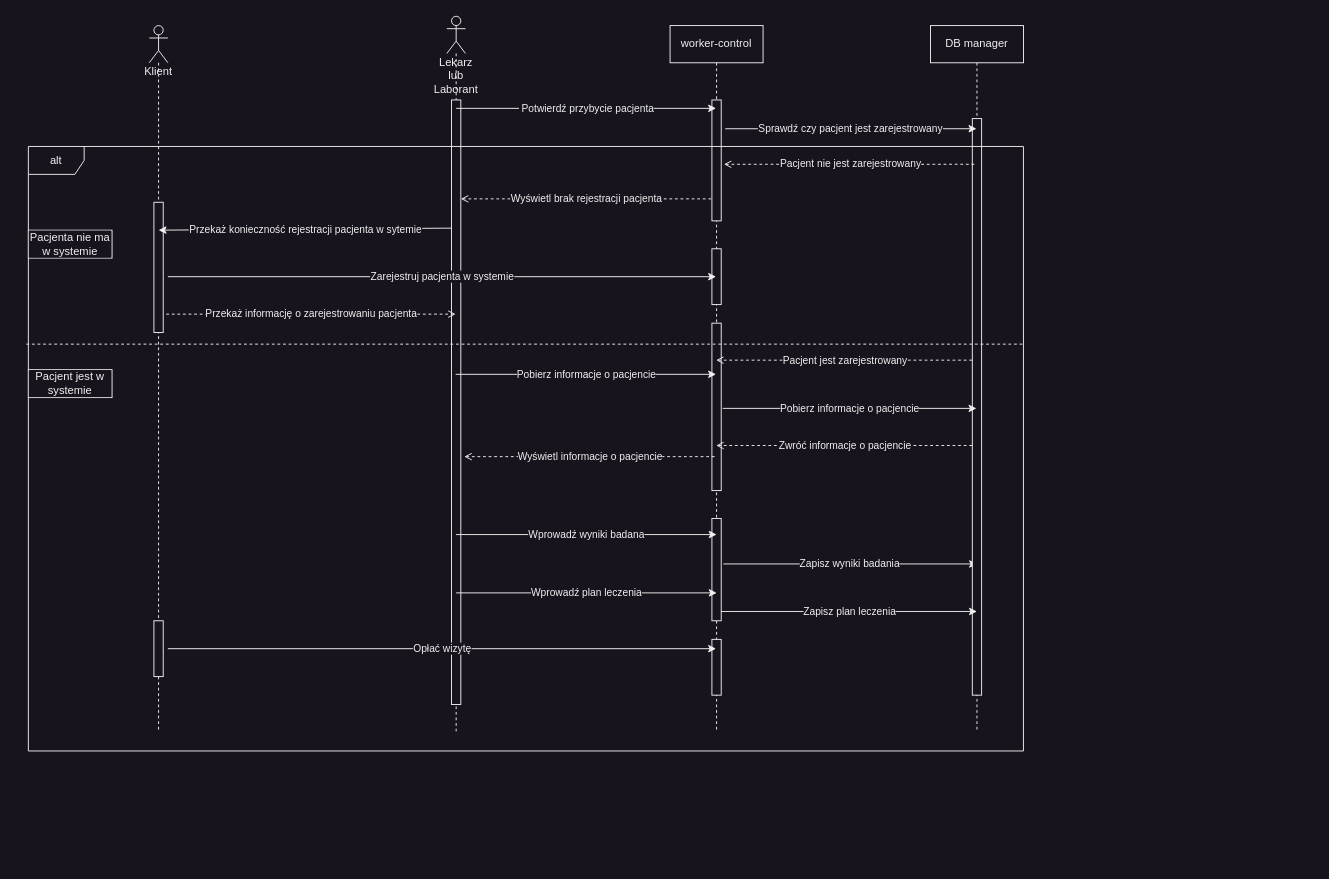
The draw.io diagram examine_sequence.drawio in MarekMichali/vet-clinic, before the edit. Source tidied: cells renumbered, new cells numbered last; positions are measured from the earlier drawing's top-left corner, leaving out a move shared by most shapes. Both pictures are drawn from the tidied source at 93%, with x=0, y=0 at pixel (28, 16).
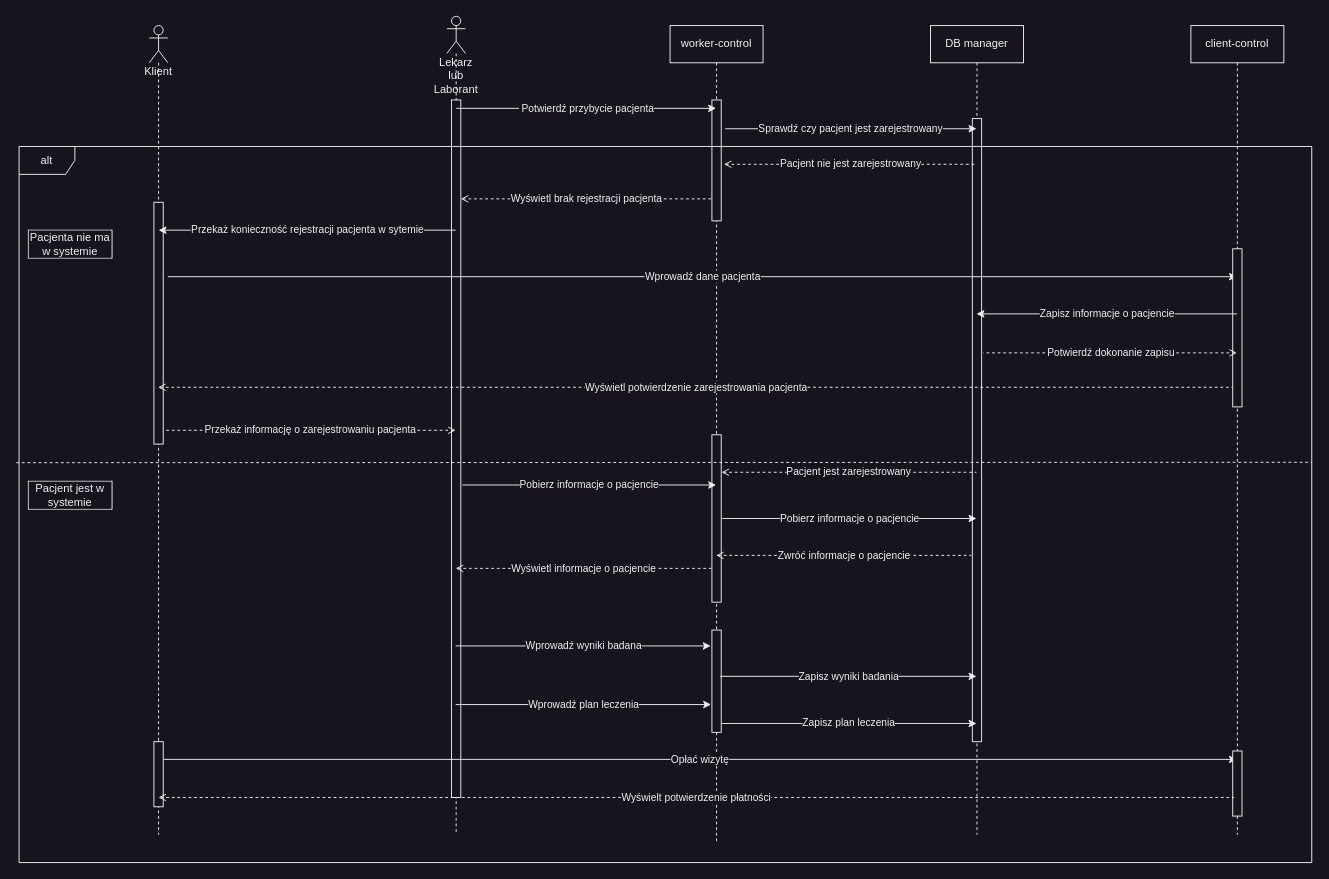
The same diagram, later.

Commit message:
Fix examine_seq

What changed in the source:
```diff
@@
     <mxCell id="2" value="Lekarz lub Laborant" style="shape=umlLifeline;participant=umlActor;perimeter=lifelinePerimeter;whiteSpace=wrap;html=1;verticalAlign=top;spacingTop=36;outlineConnect=0;fillColor=#18141D;strokeColor=#F0F0F0;fontColor=#F0F0F0;labelBackgroundColor=none;size=40;" parent="1" vertex="1">
-      <mxGeometry x="450" width="20" height="770" as="geometry" />
+      <mxGeometry x="450" width="20" height="880" as="geometry" />
     </mxCell>
@@
     <mxCell id="4" style="html=1;points=[];perimeter=orthogonalPerimeter;fillColor=#18141D;strokeColor=#F0F0F0;fontColor=#F0F0F0;labelBackgroundColor=#18141D;" parent="2" vertex="1">
-      <mxGeometry x="5" y="90" width="10" height="650" as="geometry" />
+      <mxGeometry x="5" y="90" width="10" height="750" as="geometry" />
     </mxCell>
     <mxCell id="5" value="worker-control" style="shape=umlLifeline;perimeter=lifelinePerimeter;whiteSpace=wrap;html=1;outlineConnect=0;fillColor=#18141D;strokeColor=#F0F0F0;fontColor=#F0F0F0;labelBackgroundColor=#18141D;" parent="1" vertex="1">
-      <mxGeometry x="690" y="10" width="100" height="760" as="geometry" />
+      <mxGeometry x="690" y="10" width="100" height="880" as="geometry" />
     </mxCell>
@@
-    <mxCell id="7" style="edgeStyle=none;html=1;startArrow=open;startFill=0;endArrow=open;endFill=0;fillColor=#18141D;strokeColor=#F0F0F0;fontColor=#F0F0F0;labelBackgroundColor=#18141D;" parent="5" edge="1" source="8" target="5">
-      <mxGeometry relative="1" as="geometry" />
+    <mxCell id="7" style="edgeStyle=none;html=1;startArrow=open;startFill=0;endArrow=open;endFill=0;fillColor=#18141D;strokeColor=#F0F0F0;fontColor=#F0F0F0;labelBackgroundColor=#18141D;" parent="5" edge="1" target="5">
+      <mxGeometry relative="1" as="geometry">
+        <mxPoint x="49.1" y="270" as="sourcePoint" />
+      </mxGeometry>
     </mxCell>
-    <mxCell id="8" style="html=1;points=[];perimeter=orthogonalPerimeter;fillColor=#18141D;strokeColor=#F0F0F0;fontColor=#F0F0F0;labelBackgroundColor=#18141D;" parent="5" vertex="1">
-      <mxGeometry x="45" y="240" width="10" height="60" as="geometry" />
-    </mxCell>
     <mxCell id="9" style="html=1;points=[];perimeter=orthogonalPerimeter;fillColor=#18141D;strokeColor=#F0F0F0;fontColor=#F0F0F0;labelBackgroundColor=#18141D;" parent="5" vertex="1">
-      <mxGeometry x="45" y="320" width="10" height="180" as="geometry" />
+      <mxGeometry x="45" y="440" width="10" height="180" as="geometry" />
     </mxCell>
     <mxCell id="10" style="html=1;points=[];perimeter=orthogonalPerimeter;fillColor=#18141D;strokeColor=#F0F0F0;fontColor=#F0F0F0;labelBackgroundColor=#18141D;" parent="5" vertex="1">
-      <mxGeometry x="45" y="530" width="10" height="110" as="geometry" />
+      <mxGeometry x="45" y="650" width="10" height="110" as="geometry" />
     </mxCell>
-    <mxCell id="11" value="Wprowadź wyniki badana" style="endArrow=classic;html=1;fillColor=#18141D;strokeColor=#F0F0F0;fontColor=#F0F0F0;labelBackgroundColor=#18141D;" parent="5" edge="1">
-      <mxGeometry relative="1" as="geometry">
-        <mxPoint x="-230.1" y="547.3" as="sourcePoint" />
-        <mxPoint x="50.1" y="547.3" as="targetPoint" />
-      </mxGeometry>
-    </mxCell>
-    <mxCell id="12" value="Zapisz wyniki badania" style="endArrow=classic;html=1;exitX=1.167;exitY=0.509;exitDx=0;exitDy=0;exitPerimeter=0;fillColor=#18141D;strokeColor=#F0F0F0;fontColor=#F0F0F0;labelBackgroundColor=#18141D;" parent="5" edge="1">
-      <mxGeometry relative="1" as="geometry">
-        <mxPoint x="57.3" y="578.9" as="sourcePoint" />
-        <mxPoint x="330.1" y="578.9" as="targetPoint" />
-      </mxGeometry>
-    </mxCell>
-    <mxCell id="13" style="html=1;perimeter=orthogonalPerimeter;fillColor=#18141D;strokeColor=#F0F0F0;fontColor=#F0F0F0;labelBackgroundColor=#18141D;" parent="5" vertex="1">
-      <mxGeometry x="45" y="660" width="10" height="60" as="geometry" />
-    </mxCell>
     <mxCell id="14" value="DB manager" style="shape=umlLifeline;perimeter=lifelinePerimeter;whiteSpace=wrap;html=1;outlineConnect=0;fillColor=#18141D;strokeColor=#F0F0F0;fontColor=#F0F0F0;labelBackgroundColor=#18141D;" parent="1" vertex="1">
-      <mxGeometry x="970" y="10" width="100" height="760" as="geometry" />
+      <mxGeometry x="970" y="10" width="100" height="870" as="geometry" />
     </mxCell>
@@
     <mxCell id="16" style="html=1;points=[];perimeter=orthogonalPerimeter;fillColor=#18141D;strokeColor=#F0F0F0;fontColor=#F0F0F0;labelBackgroundColor=#18141D;" parent="14" vertex="1">
-      <mxGeometry x="45" y="100" width="10" height="620" as="geometry" />
+      <mxGeometry x="45" y="100" width="10" height="670" as="geometry" />
     </mxCell>
-    <mxCell id="17" value="Zapisz plan leczenia" style="endArrow=classic;html=1;fillColor=#18141D;strokeColor=#F0F0F0;fontColor=#F0F0F0;labelBackgroundColor=#18141D;" parent="14" edge="1">
-      <mxGeometry relative="1" as="geometry">
-        <mxPoint x="-225.2" y="630" as="sourcePoint" />
-        <mxPoint x="50" y="630" as="targetPoint" />
-      </mxGeometry>
-    </mxCell>
@@
     <mxCell id="21" value="alt" style="shape=umlFrame;whiteSpace=wrap;html=1;fillColor=#18141D;strokeColor=#F0F0F0;fontColor=#F0F0F0;labelBackgroundColor=#18141D;" parent="1" vertex="1">
-      <mxGeometry y="140" width="1070" height="650" as="geometry" />
+      <mxGeometry x="-10" y="140" width="1390" height="770" as="geometry" />
     </mxCell>
@@
     <mxCell id="23" value="Pacjent jest w systemie" style="text;html=1;strokeColor=#F0F0F0;fillColor=#18141D;align=center;verticalAlign=middle;whiteSpace=wrap;rounded=0;fontColor=#F0F0F0;labelBackgroundColor=#18141D;" parent="1" vertex="1">
-      <mxGeometry y="380" width="90" height="30" as="geometry" />
+      <mxGeometry y="500" width="90" height="30" as="geometry" />
     </mxCell>
-    <mxCell id="24" style="endArrow=none;dashed=1;html=1;exitX=-0.002;exitY=0.327;exitDx=0;exitDy=0;exitPerimeter=0;entryX=1.001;entryY=0.327;entryDx=0;entryDy=0;entryPerimeter=0;fillColor=#18141D;strokeColor=#F0F0F0;fontColor=#F0F0F0;labelBackgroundColor=#18141D;" parent="1" edge="1" source="21" target="21">
-      <mxGeometry relative="1" as="geometry" />
+    <mxCell id="24" style="endArrow=none;dashed=1;html=1;fillColor=#18141D;strokeColor=#F0F0F0;fontColor=#F0F0F0;labelBackgroundColor=#18141D;entryX=1;entryY=0.441;entryDx=0;entryDy=0;entryPerimeter=0;" parent="1" edge="1" target="21">
+      <mxGeometry relative="1" as="geometry">
+        <mxPoint x="-13" y="480" as="sourcePoint" />
+      </mxGeometry>
     </mxCell>
@@
     <mxCell id="26" value="Klient" style="shape=umlLifeline;participant=umlActor;perimeter=lifelinePerimeter;whiteSpace=wrap;html=1;verticalAlign=top;spacingTop=36;outlineConnect=0;fillColor=#18141D;strokeColor=#F0F0F0;fontColor=#F0F0F0;labelBackgroundColor=none;" parent="1" vertex="1">
-      <mxGeometry x="130" y="10" width="20" height="760" as="geometry" />
+      <mxGeometry x="130" y="10" width="20" height="870" as="geometry" />
     </mxCell>
     <mxCell id="27" style="html=1;points=[];perimeter=orthogonalPerimeter;fillColor=#18141D;strokeColor=#F0F0F0;fontColor=#F0F0F0;labelBackgroundColor=#18141D;" parent="26" vertex="1">
-      <mxGeometry x="5" y="640" width="10" height="60" as="geometry" />
+      <mxGeometry x="5" y="770" width="10" height="70" as="geometry" />
     </mxCell>
     <mxCell id="28" style="html=1;points=[];perimeter=orthogonalPerimeter;fillColor=#18141D;strokeColor=#F0F0F0;fontColor=#F0F0F0;labelBackgroundColor=#18141D;" parent="26" vertex="1">
-      <mxGeometry x="5" y="190" width="10" height="140" as="geometry" />
+      <mxGeometry x="5" y="190" width="10" height="260" as="geometry" />
     </mxCell>
-    <mxCell id="29" value="Przekaż konieczność rejestracji pacjenta w sytemie" style="endArrow=classic;html=1;exitX=-0.033;exitY=0.212;exitDx=0;exitDy=0;exitPerimeter=0;fillColor=#18141D;strokeColor=#F0F0F0;fontColor=#F0F0F0;labelBackgroundColor=#18141D;" parent="1" edge="1" source="4">
+    <mxCell id="29" value="Przekaż konieczność rejestracji pacjenta w sytemie" style="endArrow=classic;html=1;fillColor=#18141D;strokeColor=#F0F0F0;fontColor=#F0F0F0;labelBackgroundColor=#18141D;" parent="1" edge="1" source="2">
       <mxGeometry relative="1" as="geometry">
         <mxPoint x="140" y="230" as="targetPoint" />
       </mxGeometry>
     </mxCell>
-    <mxCell id="30" value="Zarejestruj pacjenta w systemie" style="endArrow=classic;html=1;fillColor=#18141D;strokeColor=#F0F0F0;fontColor=#F0F0F0;labelBackgroundColor=#18141D;" parent="1" edge="1" target="5">
+    <mxCell id="30" value="Wprowadź dane pacjenta" style="endArrow=classic;html=1;fillColor=#18141D;strokeColor=#F0F0F0;fontColor=#F0F0F0;labelBackgroundColor=#18141D;" parent="1" edge="1" target="39">
       <mxGeometry relative="1" as="geometry">
         <mxPoint x="150" y="280" as="sourcePoint" />
       </mxGeometry>
     </mxCell>
-    <mxCell id="31" value="Przekaż informację o zarejestrowaniu pacjenta" style="endArrow=none;dashed=1;html=1;startArrow=open;startFill=0;entryX=1.253;entryY=0.349;entryDx=0;entryDy=0;entryPerimeter=0;fillColor=#18141D;strokeColor=#F0F0F0;fontColor=#F0F0F0;labelBackgroundColor=#18141D;" parent="1" edge="1" source="2">
-      <mxGeometry relative="1" as="geometry">
-        <mxPoint x="147.5" y="320.3" as="targetPoint" />
-      </mxGeometry>
+    <mxCell id="31" value="Przekaż informację o zarejestrowaniu pacjenta" style="endArrow=none;dashed=1;html=1;startArrow=open;startFill=0;fillColor=#18141D;strokeColor=#F0F0F0;fontColor=#F0F0F0;labelBackgroundColor=#18141D;entryX=1;entryY=0.943;entryDx=0;entryDy=0;entryPerimeter=0;" parent="1" edge="1" source="2" target="28">
+      <mxGeometry relative="1" as="geometry" />
     </mxCell>
-    <mxCell id="32" value="Pacjent jest zarejestrowany" style="endArrow=none;dashed=1;html=1;startArrow=open;startFill=0;entryX=-0.013;entryY=0.419;entryDx=0;entryDy=0;entryPerimeter=0;fillColor=#18141D;strokeColor=#F0F0F0;fontColor=#F0F0F0;labelBackgroundColor=#18141D;" parent="1" edge="1" source="5" target="16">
+    <mxCell id="32" value="Pacjent jest zarejestrowany" style="endArrow=none;dashed=1;html=1;startArrow=open;startFill=0;fillColor=#18141D;strokeColor=#F0F0F0;fontColor=#F0F0F0;labelBackgroundColor=#18141D;exitX=1.033;exitY=0.224;exitDx=0;exitDy=0;exitPerimeter=0;" parent="1" edge="1" source="9" target="14">
       <mxGeometry relative="1" as="geometry" />
     </mxCell>
-    <mxCell id="33" value="Pobierz informacje o pacjencie" style="endArrow=classic;html=1;fillColor=#18141D;strokeColor=#F0F0F0;fontColor=#F0F0F0;labelBackgroundColor=#18141D;" parent="1" edge="1" source="2" target="5">
+    <mxCell id="33" value="Pobierz informacje o pacjencie" style="endArrow=classic;html=1;fillColor=#18141D;strokeColor=#F0F0F0;fontColor=#F0F0F0;labelBackgroundColor=#18141D;exitX=1.168;exitY=0.552;exitDx=0;exitDy=0;exitPerimeter=0;" parent="1" edge="1" source="4" target="5">
       <mxGeometry relative="1" as="geometry" />
     </mxCell>
-    <mxCell id="34" value="Pobierz informacje o pacjencie" style="endArrow=classic;html=1;exitX=1.167;exitY=0.509;exitDx=0;exitDy=0;exitPerimeter=0;fillColor=#18141D;strokeColor=#F0F0F0;fontColor=#F0F0F0;labelBackgroundColor=#18141D;" parent="1" edge="1" source="9" target="14">
+    <mxCell id="34" value="Pobierz informacje o pacjencie" style="endArrow=classic;html=1;fillColor=#18141D;strokeColor=#F0F0F0;fontColor=#F0F0F0;labelBackgroundColor=#18141D;exitX=1.11;exitY=0.5;exitDx=0;exitDy=0;exitPerimeter=0;" parent="1" edge="1" source="9" target="14">
       <mxGeometry relative="1" as="geometry" />
     </mxCell>
-    <mxCell id="35" value="Zwróć informacje o pacjencie" style="endArrow=none;dashed=1;html=1;startArrow=open;startFill=0;entryX=0.029;entryY=0.567;entryDx=0;entryDy=0;entryPerimeter=0;fillColor=#18141D;strokeColor=#F0F0F0;fontColor=#F0F0F0;labelBackgroundColor=#18141D;" parent="1" edge="1" source="5" target="16">
+    <mxCell id="35" value="Zwróć informacje o pacjencie" style="endArrow=none;dashed=1;html=1;startArrow=open;startFill=0;fillColor=#18141D;strokeColor=#F0F0F0;fontColor=#F0F0F0;labelBackgroundColor=#18141D;entryX=-0.101;entryY=0.701;entryDx=0;entryDy=0;entryPerimeter=0;" parent="1" edge="1" source="5" target="16">
       <mxGeometry relative="1" as="geometry" />
     </mxCell>
-    <mxCell id="36" value="Wyświetl informacje o pacjencie" style="endArrow=none;dashed=1;html=1;startArrow=open;startFill=0;exitX=1.367;exitY=0.59;exitDx=0;exitDy=0;exitPerimeter=0;fillColor=#18141D;strokeColor=#F0F0F0;fontColor=#F0F0F0;labelBackgroundColor=#18141D;" parent="1" edge="1" source="4" target="5">
+    <mxCell id="36" value="Wyświetl informacje o pacjencie" style="endArrow=none;dashed=1;html=1;startArrow=open;startFill=0;fillColor=#18141D;strokeColor=#F0F0F0;fontColor=#F0F0F0;labelBackgroundColor=#18141D;entryX=-0.058;entryY=0.798;entryDx=0;entryDy=0;entryPerimeter=0;" parent="1" edge="1" source="2" target="9">
       <mxGeometry relative="1" as="geometry" />
     </mxCell>
-    <mxCell id="37" value="Wprowadź plan leczenia" style="endArrow=classic;html=1;fillColor=#18141D;strokeColor=#F0F0F0;fontColor=#F0F0F0;labelBackgroundColor=#18141D;" parent="1" edge="1">
-      <mxGeometry relative="1" as="geometry">
-        <mxPoint x="460" y="620" as="sourcePoint" />
-        <mxPoint x="740.2" y="620" as="targetPoint" />
-      </mxGeometry>
+    <mxCell id="37" value="Wprowadź plan leczenia" style="endArrow=classic;html=1;fillColor=#18141D;strokeColor=#F0F0F0;fontColor=#F0F0F0;labelBackgroundColor=#18141D;entryX=-0.088;entryY=0.728;entryDx=0;entryDy=0;entryPerimeter=0;" parent="1" edge="1" source="2" target="10">
+      <mxGeometry relative="1" as="geometry" />
     </mxCell>
-    <mxCell id="38" value="Opłać wizytę" style="endArrow=classic;html=1;fillColor=#18141D;strokeColor=#F0F0F0;fontColor=#F0F0F0;labelBackgroundColor=#18141D;" parent="1" edge="1">
-      <mxGeometry relative="1" as="geometry">
-        <mxPoint x="150" y="680" as="sourcePoint" />
-        <mxPoint x="739.5" y="680" as="targetPoint" />
-      </mxGeometry>
+    <mxCell id="38" value="Opłać wizytę" style="endArrow=classic;html=1;fillColor=#18141D;strokeColor=#F0F0F0;fontColor=#F0F0F0;labelBackgroundColor=#18141D;exitX=1.034;exitY=0.272;exitDx=0;exitDy=0;exitPerimeter=0;" parent="1" edge="1" source="27" target="39">
+      <mxGeometry relative="1" as="geometry" />
     </mxCell>
+    <mxCell id="39" value="client-control" style="shape=umlLifeline;perimeter=lifelinePerimeter;whiteSpace=wrap;html=1;outlineConnect=0;fillColor=#18141D;strokeColor=#F0F0F0;fontColor=#F0F0F0;labelBackgroundColor=#18141D;" parent="1" vertex="1">
+      <mxGeometry x="1250" y="10" width="100" height="870" as="geometry" />
+    </mxCell>
+    <mxCell id="40" style="edgeStyle=none;html=1;startArrow=open;startFill=0;endArrow=open;endFill=0;fillColor=#18141D;strokeColor=#F0F0F0;fontColor=#F0F0F0;labelBackgroundColor=#18141D;" parent="39" edge="1" source="41" target="39">
+      <mxGeometry relative="1" as="geometry" />
+    </mxCell>
+    <mxCell id="41" style="html=1;points=[];perimeter=orthogonalPerimeter;fillColor=#18141D;strokeColor=#F0F0F0;fontColor=#F0F0F0;labelBackgroundColor=#18141D;" parent="39" vertex="1">
+      <mxGeometry x="45" y="240" width="10" height="170" as="geometry" />
+    </mxCell>
+    <mxCell id="13" style="html=1;perimeter=orthogonalPerimeter;fillColor=#18141D;strokeColor=#F0F0F0;fontColor=#F0F0F0;labelBackgroundColor=#18141D;" parent="39" vertex="1">
+      <mxGeometry x="45" y="780" width="10" height="70" as="geometry" />
+    </mxCell>
+    <mxCell id="42" value="Zapisz informacje o pacjencie" style="endArrow=classic;html=1;fillColor=#18141D;strokeColor=#F0F0F0;fontColor=#F0F0F0;labelBackgroundColor=#18141D;" parent="1" edge="1" source="39" target="14">
+      <mxGeometry relative="1" as="geometry">
+        <Array as="points">
+          <mxPoint x="1060" y="320" />
+        </Array>
+      </mxGeometry>
+    </mxCell>
+    <mxCell id="43" value="Potwierdź dokonanie zapisu" style="endArrow=none;dashed=1;html=1;startArrow=open;startFill=0;fillColor=#18141D;strokeColor=#F0F0F0;fontColor=#F0F0F0;labelBackgroundColor=#18141D;entryX=1.173;entryY=0.376;entryDx=0;entryDy=0;entryPerimeter=0;" parent="1" edge="1" source="39" target="16">
+      <mxGeometry relative="1" as="geometry" />
+    </mxCell>
+    <mxCell id="44" value="Wyświetl potwierdzenie zarejestrowania pacjenta" style="endArrow=none;dashed=1;html=1;startArrow=open;startFill=0;fillColor=#18141D;strokeColor=#F0F0F0;fontColor=#F0F0F0;labelBackgroundColor=#18141D;entryX=0.033;entryY=0.876;entryDx=0;entryDy=0;entryPerimeter=0;" parent="1" edge="1" source="26" target="41">
+      <mxGeometry relative="1" as="geometry" />
+    </mxCell>
+    <mxCell id="45" value="Wyświelt potwierdzenie płatności" style="endArrow=none;dashed=1;html=1;startArrow=open;startFill=0;fillColor=#18141D;strokeColor=#F0F0F0;fontColor=#F0F0F0;labelBackgroundColor=#18141D;entryX=0.033;entryY=0.876;entryDx=0;entryDy=0;entryPerimeter=0;" parent="1" edge="1">
+      <mxGeometry relative="1" as="geometry">
+        <mxPoint x="140" y="840" as="sourcePoint" />
+        <mxPoint x="1296.5" y="840" as="targetPoint" />
+      </mxGeometry>
+    </mxCell>
+    <mxCell id="17" value="Zapisz plan leczenia" style="endArrow=classic;html=1;fillColor=#18141D;strokeColor=#F0F0F0;fontColor=#F0F0F0;labelBackgroundColor=#18141D;exitX=1.033;exitY=0.913;exitDx=0;exitDy=0;exitPerimeter=0;" parent="1" edge="1" source="10" target="14">
+      <mxGeometry relative="1" as="geometry" />
+    </mxCell>
+    <mxCell id="12" value="Zapisz wyniki badania" style="endArrow=classic;html=1;fillColor=#18141D;strokeColor=#F0F0F0;fontColor=#F0F0F0;labelBackgroundColor=#18141D;exitX=0.88;exitY=0.452;exitDx=0;exitDy=0;exitPerimeter=0;" parent="1" edge="1" source="10" target="14">
+      <mxGeometry relative="1" as="geometry" />
+    </mxCell>
+    <mxCell id="11" value="Wprowadź wyniki badana" style="endArrow=classic;html=1;fillColor=#18141D;strokeColor=#F0F0F0;fontColor=#F0F0F0;labelBackgroundColor=#18141D;entryX=-0.127;entryY=0.155;entryDx=0;entryDy=0;entryPerimeter=0;" parent="1" edge="1" source="2" target="10">
+      <mxGeometry relative="1" as="geometry" />
+    </mxCell>
```
